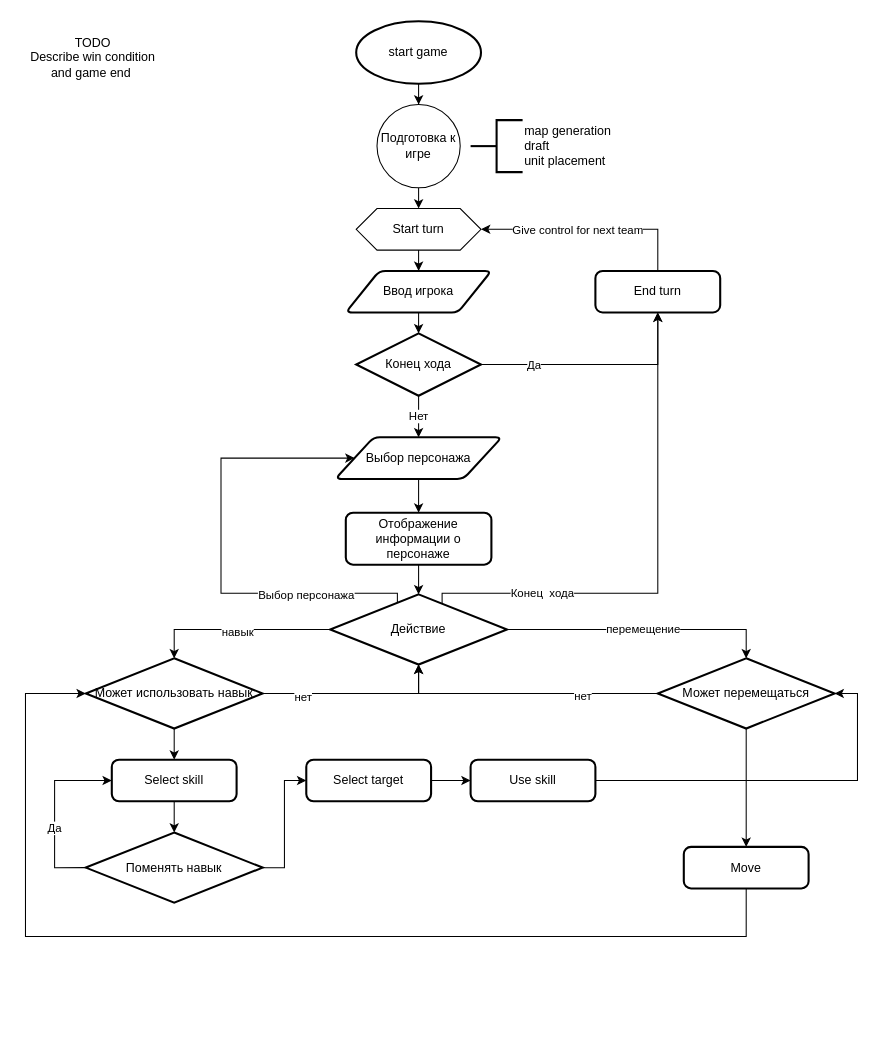
This is page "GameLoop" (2 of 2) of Untitled Diagram.drawio from Keyrune/TileMap, a draw.io file, before an edit. Source tidied: cells renumbered, new cells numbered last; positions are measured from the earlier drawing's top-left corner, leaving out a move shared by most shapes. Both pictures are drawn from the tidied source at 104%, with x=0, y=0 at pixel (25, 21).
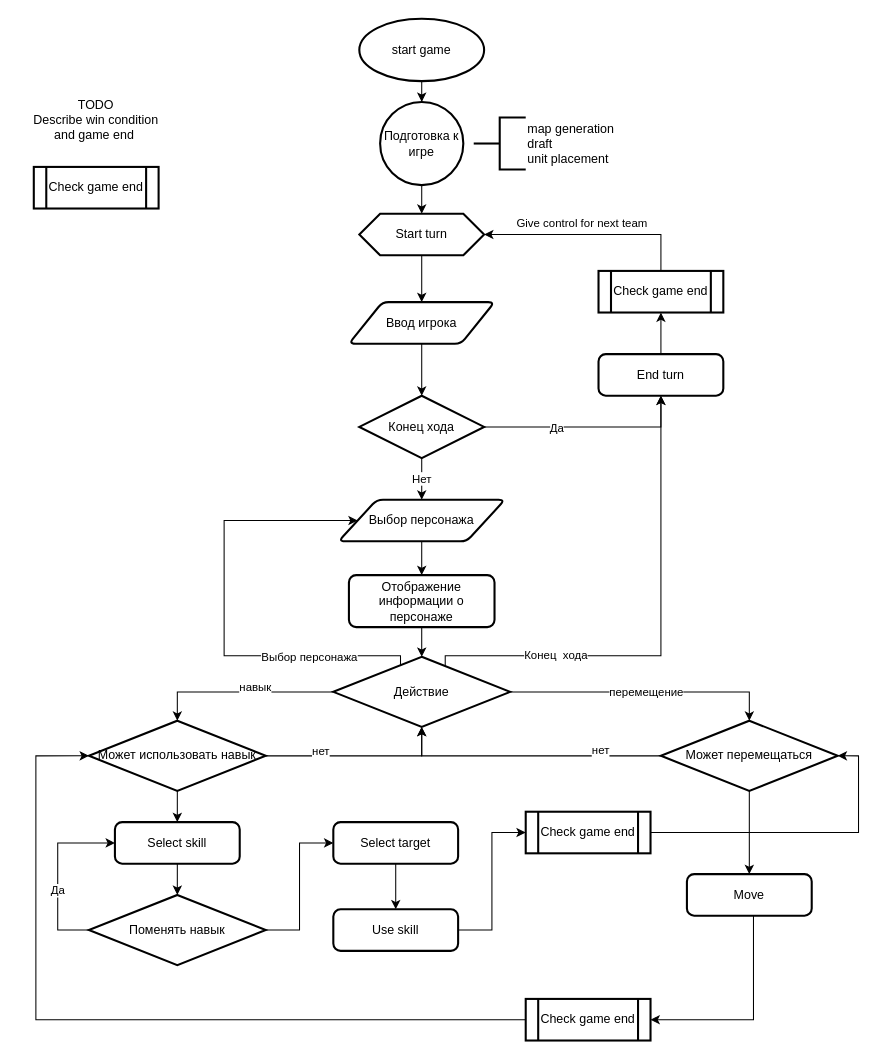
Above is the later version.

Commit message:
Add game end check Diagram.drawio

The change refers to these unchanged cells:
```xml
<mxCell id="30" style="edgeStyle=orthogonalEdgeStyle;rounded=0;jettySize=auto;html=1;entryX=0.5;entryY=0;entryDx=0;entryDy=0;entryPerimeter=0;" parent="1" edge="1" source="35" target="41">
  <mxGeometry relative="1" as="geometry" />
</mxCell>
<mxCell id="38" style="edgeStyle=orthogonalEdgeStyle;rounded=0;jettySize=auto;html=1;entryX=0.5;entryY=1;entryDx=0;entryDy=0;entryPerimeter=0;" parent="1" edge="1" source="41" target="35">
  <mxGeometry relative="1" as="geometry" />
</mxCell>
<mxCell id="42" style="edgeStyle=orthogonalEdgeStyle;rounded=0;jettySize=auto;html=1;entryX=0.5;entryY=1;entryDx=0;entryDy=0;entryPerimeter=0;" parent="1" edge="1" source="45" target="35">
  <mxGeometry relative="1" as="geometry" />
</mxCell>
```

Change to the diagram source:
```diff
@@
     <mxCell id="3" value="start game" style="strokeWidth=2;html=1;shape=mxgraph.flowchart.start_1;whiteSpace=wrap;" parent="1" vertex="1">
-      <mxGeometry x="318" width="120" height="60" as="geometry" />
+      <mxGeometry x="321" y="-2.5" width="120" height="60" as="geometry" />
     </mxCell>
@@
-    <mxCell id="5" value="Start turn" style="shape=hexagon;perimeter=hexagonPerimeter2;whiteSpace=wrap;html=1;fixedSize=1;" parent="1" vertex="1">
-      <mxGeometry x="318" y="180" width="120" height="40" as="geometry" />
+    <mxCell id="5" value="Start turn" style="shape=hexagon;perimeter=hexagonPerimeter2;whiteSpace=wrap;html=1;fixedSize=1;strokeWidth=2;" parent="1" vertex="1">
+      <mxGeometry x="321" y="185" width="120" height="40" as="geometry" />
     </mxCell>
@@
     <mxCell id="7" value="Select skill" style="rounded=1;whiteSpace=wrap;html=1;absoluteArcSize=1;arcSize=14;strokeWidth=2;" parent="1" vertex="1">
-      <mxGeometry x="83" y="710" width="120" height="40" as="geometry" />
+      <mxGeometry x="86" y="770" width="120" height="40" as="geometry" />
     </mxCell>
-    <mxCell id="8" style="edgeStyle=orthogonalEdgeStyle;rounded=0;jettySize=auto;html=1;exitX=1;exitY=0.5;exitDx=0;exitDy=0;entryX=0;entryY=0.5;entryDx=0;entryDy=0;" parent="1" edge="1" source="9" target="13">
+    <mxCell id="8" style="edgeStyle=orthogonalEdgeStyle;rounded=0;jettySize=auto;html=1;entryX=0.5;entryY=0;entryDx=0;entryDy=0;" parent="1" edge="1" source="9" target="13">
       <mxGeometry relative="1" as="geometry" />
     </mxCell>
     <mxCell id="9" value="Select target" style="rounded=1;whiteSpace=wrap;html=1;absoluteArcSize=1;arcSize=14;strokeWidth=2;" parent="1" vertex="1">
-      <mxGeometry x="270" y="710" width="120" height="40" as="geometry" />
+      <mxGeometry x="296" y="770" width="120" height="40" as="geometry" />
     </mxCell>
-    <mxCell id="10" style="edgeStyle=orthogonalEdgeStyle;rounded=0;jettySize=auto;html=1;entryX=0;entryY=0.5;entryDx=0;entryDy=0;entryPerimeter=0;" parent="1" edge="1" source="11" target="41">
+    <mxCell id="10" style="edgeStyle=orthogonalEdgeStyle;rounded=0;jettySize=auto;html=1;entryX=0;entryY=0.5;entryDx=0;entryDy=0;entryPerimeter=0;startArrow=none;" parent="1" edge="1" source="57" target="41">
       <mxGeometry relative="1" as="geometry">
         <Array as="points">
-          <mxPoint x="693" y="880" />
-          <mxPoint y="880" />
-          <mxPoint y="646" />
+          <mxPoint x="10" y="960" />
+          <mxPoint x="10" y="706" />
         </Array>
       </mxGeometry>
     </mxCell>
+    <mxCell id="50" style="edgeStyle=orthogonalEdgeStyle;rounded=0;jettySize=auto;html=1;" parent="1" edge="1" source="11" target="57">
+      <mxGeometry relative="1" as="geometry">
+        <Array as="points">
+          <mxPoint x="700" y="960" />
+        </Array>
+      </mxGeometry>
+    </mxCell>
     <mxCell id="11" value="Move" style="rounded=1;whiteSpace=wrap;html=1;absoluteArcSize=1;arcSize=14;strokeWidth=2;" parent="1" vertex="1">
-      <mxGeometry x="633" y="793.8" width="120" height="40" as="geometry" />
+      <mxGeometry x="636" y="820" width="120" height="40" as="geometry" />
     </mxCell>
-    <mxCell id="12" style="edgeStyle=orthogonalEdgeStyle;rounded=0;jettySize=auto;html=1;entryX=1;entryY=0.5;entryDx=0;entryDy=0;entryPerimeter=0;" parent="1" edge="1" source="13" target="45">
-      <mxGeometry relative="1" as="geometry">
-        <Array as="points">
-          <mxPoint x="800" y="730" />
-          <mxPoint x="800" y="646" />
-        </Array>
-      </mxGeometry>
-    </mxCell>
+    <mxCell id="51" style="edgeStyle=orthogonalEdgeStyle;rounded=0;jettySize=auto;html=1;entryX=0;entryY=0.5;entryDx=0;entryDy=0;exitX=1;exitY=0.5;exitDx=0;exitDy=0;" parent="1" edge="1" source="13" target="56">
+      <mxGeometry relative="1" as="geometry" />
+    </mxCell>
     <mxCell id="13" value="Use skill" style="rounded=1;whiteSpace=wrap;html=1;absoluteArcSize=1;arcSize=14;strokeWidth=2;" parent="1" vertex="1">
-      <mxGeometry x="428" y="710" width="120" height="40" as="geometry" />
+      <mxGeometry x="296" y="853.8" width="120" height="40" as="geometry" />
     </mxCell>
@@
-    <mxCell id="15" value="Подготовка к игре" style="ellipse;whiteSpace=wrap;html=1;" parent="1" vertex="1">
-      <mxGeometry x="338" y="80" width="80" height="80" as="geometry" />
+    <mxCell id="15" value="Подготовка к игре" style="ellipse;whiteSpace=wrap;html=1;strokeWidth=2;" parent="1" vertex="1">
+      <mxGeometry x="341" y="77.5" width="80" height="80" as="geometry" />
     </mxCell>
     <mxCell id="16" value="map generation&lt;br&gt;draft&amp;nbsp;&lt;br&gt;unit placement" style="strokeWidth=2;html=1;shape=mxgraph.flowchart.annotation_2;align=left;labelPosition=right;" parent="1" vertex="1">
-      <mxGeometry x="428" y="95" width="50" height="50" as="geometry" />
+      <mxGeometry x="431" y="92.5" width="50" height="50" as="geometry" />
     </mxCell>
@@
     <mxCell id="18" value="Ввод игрока" style="shape=parallelogram;html=1;strokeWidth=2;perimeter=parallelogramPerimeter;whiteSpace=wrap;rounded=1;arcSize=12;size=0.23;" parent="1" vertex="1">
-      <mxGeometry x="308" y="240" width="140" height="40" as="geometry" />
+      <mxGeometry x="311" y="270" width="140" height="40" as="geometry" />
     </mxCell>
     <mxCell id="19" style="edgeStyle=orthogonalEdgeStyle;rounded=0;jettySize=auto;html=1;entryX=0.5;entryY=1;entryDx=0;entryDy=0;" parent="1" edge="1" source="22" target="25">
       <mxGeometry relative="1" as="geometry">
         <Array as="points">
-          <mxPoint x="608" y="330" />
+          <mxPoint x="611" y="390" />
         </Array>
       </mxGeometry>
     </mxCell>
     <mxCell id="20" value="Да" style="edgeLabel;html=1;align=center;verticalAlign=middle;" parent="19" vertex="1">
       <mxGeometry x="-0.8" relative="1" as="geometry">
-        <mxPoint x="28" as="offset" />
+        <mxPoint x="49" as="offset" />
       </mxGeometry>
     </mxCell>
@@
     <mxCell id="22" value="Конец хода" style="strokeWidth=2;html=1;shape=mxgraph.flowchart.decision;whiteSpace=wrap;" parent="1" vertex="1">
-      <mxGeometry x="318" y="300" width="120" height="60" as="geometry" />
+      <mxGeometry x="321" y="360" width="120" height="60" as="geometry" />
     </mxCell>
-    <mxCell id="23" style="edgeStyle=orthogonalEdgeStyle;rounded=0;jettySize=auto;html=1;entryX=1;entryY=0.5;entryDx=0;entryDy=0;" parent="1" edge="1" source="25" target="5">
+    <mxCell id="23" style="edgeStyle=orthogonalEdgeStyle;rounded=0;jettySize=auto;html=1;entryX=1;entryY=0.5;entryDx=0;entryDy=0;exitX=0.5;exitY=0;exitDx=0;exitDy=0;" parent="1" edge="1" source="54" target="5">
       <mxGeometry relative="1" as="geometry">
         <Array as="points">
-          <mxPoint x="608" y="200" />
+          <mxPoint x="611" y="205" />
         </Array>
       </mxGeometry>
     </mxCell>
     <mxCell id="24" value="Give control for next team" style="edgeLabel;html=1;align=center;verticalAlign=middle;" parent="23" vertex="1">
       <mxGeometry x="-0.08" y="2" relative="1" as="geometry">
-        <mxPoint x="-21" y="-2" as="offset" />
+        <mxPoint x="-18" y="-14" as="offset" />
       </mxGeometry>
     </mxCell>
+    <mxCell id="52" style="edgeStyle=orthogonalEdgeStyle;rounded=0;jettySize=auto;html=1;entryX=0.5;entryY=1;entryDx=0;entryDy=0;" parent="1" edge="1" source="25" target="54">
+      <mxGeometry relative="1" as="geometry" />
+    </mxCell>
     <mxCell id="25" value="End turn" style="rounded=1;whiteSpace=wrap;html=1;absoluteArcSize=1;arcSize=14;strokeWidth=2;" parent="1" vertex="1">
-      <mxGeometry x="548" y="240" width="120" height="40" as="geometry" />
+      <mxGeometry x="551" y="320" width="120" height="40" as="geometry" />
     </mxCell>
@@
     <mxCell id="27" value="Выбор персонажа" style="shape=parallelogram;html=1;strokeWidth=2;perimeter=parallelogramPerimeter;whiteSpace=wrap;rounded=1;arcSize=12;size=0.23;" parent="1" vertex="1">
-      <mxGeometry x="298" y="400" width="160" height="40" as="geometry" />
+      <mxGeometry x="301" y="460" width="160" height="40" as="geometry" />
     </mxCell>
@@
     <mxCell id="31" value="навык" style="edgeLabel;html=1;align=center;verticalAlign=middle;" parent="30" vertex="1">
-      <mxGeometry x="0.01" y="3" relative="1" as="geometry" />
+      <mxGeometry x="0.01" y="3" relative="1" as="geometry">
+        <mxPoint x="14" y="-8" as="offset" />
+      </mxGeometry>
     </mxCell>
     <mxCell id="32" style="rounded=0;jettySize=auto;html=1;exitX=0.38;exitY=0.116;exitDx=0;exitDy=0;exitPerimeter=0;edgeStyle=orthogonalEdgeStyle;entryX=0;entryY=0.5;entryDx=0;entryDy=0;" parent="1" edge="1" source="35" target="27">
       <mxGeometry relative="1" as="geometry">
         <Array as="points">
-          <mxPoint x="358" y="550" />
-          <mxPoint x="188" y="550" />
-          <mxPoint x="188" y="420" />
+          <mxPoint x="361" y="610" />
+          <mxPoint x="191" y="610" />
+          <mxPoint x="191" y="480" />
         </Array>
       </mxGeometry>
     </mxCell>
@@
     <mxCell id="34" value="Конец&amp;nbsp; хода" style="edgeStyle=orthogonalEdgeStyle;rounded=0;jettySize=auto;html=1;entryX=0.5;entryY=1;entryDx=0;entryDy=0;exitX=0.633;exitY=0.138;exitDx=0;exitDy=0;exitPerimeter=0;" parent="1" edge="1" source="35" target="25">
-      <mxGeometry x="-0.56" relative="1" as="geometry">
+      <mxGeometry x="-0.5" relative="1" as="geometry">
         <Array as="points">
-          <mxPoint x="401" y="550" />
-          <mxPoint x="608" y="550" />
+          <mxPoint x="404" y="610" />
+          <mxPoint x="611" y="610" />
         </Array>
       </mxGeometry>
     </mxCell>
     <mxCell id="35" value="&lt;span style=&quot;&quot;&gt;Действие&lt;/span&gt;" style="strokeWidth=2;html=1;shape=mxgraph.flowchart.decision;whiteSpace=wrap;" parent="1" vertex="1">
-      <mxGeometry x="293" y="551" width="170" height="67.5" as="geometry" />
+      <mxGeometry x="296" y="611" width="170" height="67.5" as="geometry" />
     </mxCell>
@@
     <mxCell id="37" value="Отображение информации о персонаже" style="rounded=1;whiteSpace=wrap;html=1;absoluteArcSize=1;arcSize=14;strokeWidth=2;" parent="1" vertex="1">
-      <mxGeometry x="308" y="472.5" width="140" height="50" as="geometry" />
+      <mxGeometry x="311" y="532.5" width="140" height="50" as="geometry" />
     </mxCell>
@@
     <mxCell id="39" value="нет" style="edgeLabel;html=1;align=center;verticalAlign=middle;" parent="38" vertex="1">
-      <mxGeometry x="-0.57" y="-3" relative="1" as="geometry" />
+      <mxGeometry x="-0.57" y="-3" relative="1" as="geometry">
+        <mxPoint x="14" y="-8" as="offset" />
+      </mxGeometry>
     </mxCell>
@@
     <mxCell id="41" value="&lt;span style=&quot;&quot;&gt;Может использовать навык&lt;/span&gt;" style="strokeWidth=2;html=1;shape=mxgraph.flowchart.decision;whiteSpace=wrap;" parent="1" vertex="1">
-      <mxGeometry x="58" y="612.5" width="170" height="67.5" as="geometry" />
+      <mxGeometry x="61" y="672.5" width="170" height="67.5" as="geometry" />
     </mxCell>
@@
     <mxCell id="43" value="нет" style="edgeLabel;html=1;align=center;verticalAlign=middle;" parent="42" vertex="1">
-      <mxGeometry x="-0.43" y="2" relative="1" as="geometry" />
+      <mxGeometry x="-0.43" y="2" relative="1" as="geometry">
+        <mxPoint x="14" y="-8" as="offset" />
+      </mxGeometry>
     </mxCell>
@@
     <mxCell id="45" value="&lt;span style=&quot;&quot;&gt;Может перемещаться&lt;/span&gt;" style="strokeWidth=2;html=1;shape=mxgraph.flowchart.decision;whiteSpace=wrap;" parent="1" vertex="1">
-      <mxGeometry x="608" y="612.5" width="170" height="67.5" as="geometry" />
+      <mxGeometry x="611" y="672.5" width="170" height="67.5" as="geometry" />
     </mxCell>
     <mxCell id="46" value="Да" style="edgeStyle=orthogonalEdgeStyle;rounded=0;jettySize=auto;html=1;entryX=0;entryY=0.5;entryDx=0;entryDy=0;exitX=0;exitY=0.5;exitDx=0;exitDy=0;exitPerimeter=0;" parent="1" edge="1" source="48" target="7">
       <mxGeometry x="-0.2" relative="1" as="geometry">
         <Array as="points">
-          <mxPoint x="28" y="814" />
-          <mxPoint x="28" y="730" />
+          <mxPoint x="31" y="874" />
+          <mxPoint x="31" y="790" />
         </Array>
       </mxGeometry>
     </mxCell>
@@
     <mxCell id="48" value="Поменять навык" style="strokeWidth=2;html=1;shape=mxgraph.flowchart.decision;whiteSpace=wrap;" parent="1" vertex="1">
-      <mxGeometry x="58" y="780" width="170" height="67.5" as="geometry" />
+      <mxGeometry x="61" y="840" width="170" height="67.5" as="geometry" />
     </mxCell>
     <mxCell id="49" value="TODO&lt;br&gt;Describe win condition and game end&amp;nbsp;" style="text;html=1;strokeColor=none;fillColor=none;align=center;verticalAlign=middle;whiteSpace=wrap;rounded=0;" parent="1" vertex="1">
-      <mxGeometry width="130" height="70" as="geometry" />
+      <mxGeometry x="3" y="60" width="130" height="70" as="geometry" />
     </mxCell>
+    <mxCell id="53" value="Check game end" style="shape=process;whiteSpace=wrap;html=1;backgroundOutline=1;strokeWidth=2;" parent="1" vertex="1">
+      <mxGeometry x="8" y="140" width="120" height="40" as="geometry" />
+    </mxCell>
+    <mxCell id="54" value="Check game end" style="shape=process;whiteSpace=wrap;html=1;backgroundOutline=1;strokeWidth=2;" parent="1" vertex="1">
+      <mxGeometry x="551" y="240" width="120" height="40" as="geometry" />
+    </mxCell>
+    <mxCell id="55" style="edgeStyle=orthogonalEdgeStyle;rounded=0;jettySize=auto;html=1;entryX=1;entryY=0.5;entryDx=0;entryDy=0;entryPerimeter=0;exitX=1;exitY=0.5;exitDx=0;exitDy=0;" parent="1" edge="1" source="56" target="45">
+      <mxGeometry relative="1" as="geometry" />
+    </mxCell>
+    <mxCell id="56" value="Check game end" style="shape=process;whiteSpace=wrap;html=1;backgroundOutline=1;strokeWidth=2;" parent="1" vertex="1">
+      <mxGeometry x="481" y="760" width="120" height="40" as="geometry" />
+    </mxCell>
+    <mxCell id="57" value="Check game end" style="shape=process;whiteSpace=wrap;html=1;backgroundOutline=1;strokeWidth=2;" parent="1" vertex="1">
+      <mxGeometry x="481" y="940" width="120" height="40" as="geometry" />
+    </mxCell>
```
